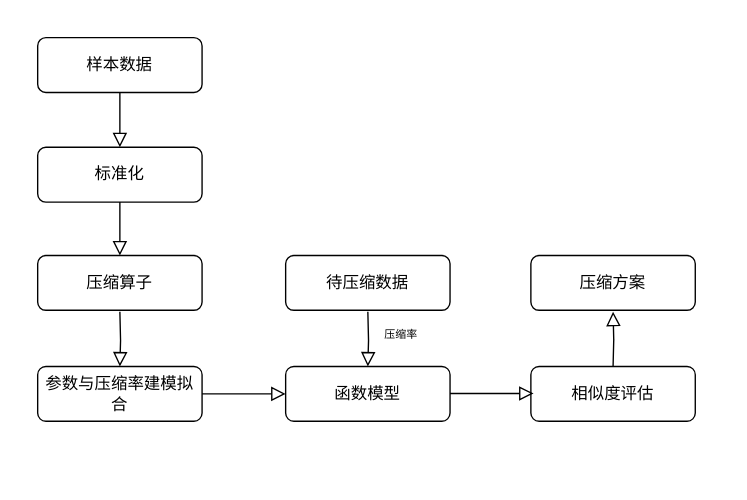
Above: 未命名绘图.drawio in glancccc/CS-Books (draw.io), before the change. Source tidied: cells renumbered, new cells numbered last; positions are measured from the earlier drawing's top-left corner, leaving out a move shared by most shapes. Both pictures are drawn from the tidied source at 137%, with x=0, y=0 at pixel (37, 37).
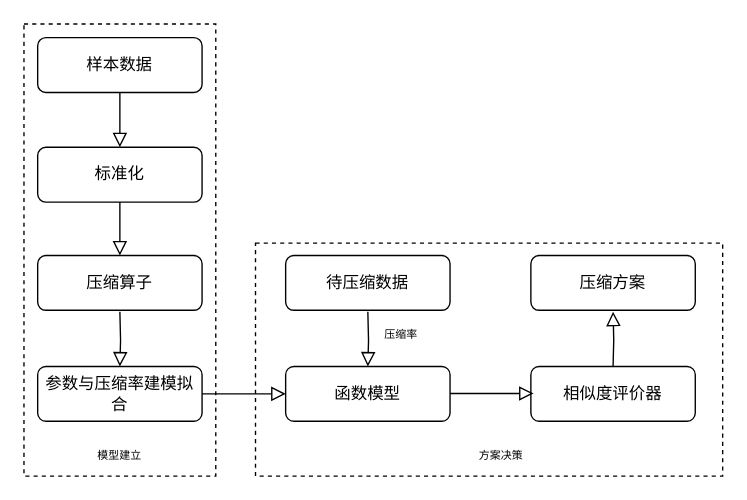
After the change.

What changed in the source:
```diff
@@
+    <mxCell id="18" style="rounded=0;whiteSpace=wrap;html=1;fontFamily=Times New Roman;fontSize=8;dashed=1;" parent="1" vertex="1">
+      <mxGeometry x="159" y="150" width="341" height="170" as="geometry" />
+    </mxCell>
+    <mxCell id="19" style="rounded=0;whiteSpace=wrap;html=1;fontFamily=Times New Roman;fontSize=8;dashed=1;" parent="1" vertex="1">
+      <mxGeometry x="-10" y="-10" width="140" height="330" as="geometry" />
+    </mxCell>
@@
-    <mxCell id="6" value="相似度评估" style="rounded=1;whiteSpace=wrap;html=1;fontSize=12;glass=0;strokeWidth=1;shadow=0;" parent="1" vertex="1">
+    <mxCell id="6" value="相似度评价器" style="rounded=1;whiteSpace=wrap;html=1;fontSize=12;glass=0;strokeWidth=1;shadow=0;" parent="1" vertex="1">
       <mxGeometry x="360" y="240" width="120" height="40" as="geometry" />
     </mxCell>
@@
+    <mxCell id="20" value="模型建立" style="text;html=1;strokeColor=none;fillColor=none;align=center;verticalAlign=middle;whiteSpace=wrap;rounded=0;dashed=1;fontFamily=Times New Roman;fontSize=8;" parent="1" vertex="1">
+      <mxGeometry x="30" y="290" width="60" height="30" as="geometry" />
+    </mxCell>
+    <mxCell id="21" value="方案决策" style="text;html=1;strokeColor=none;fillColor=none;align=center;verticalAlign=middle;whiteSpace=wrap;rounded=0;dashed=1;fontFamily=Times New Roman;fontSize=8;" parent="1" vertex="1">
+      <mxGeometry x="301" y="290" width="75" height="30" as="geometry" />
+    </mxCell>
```
